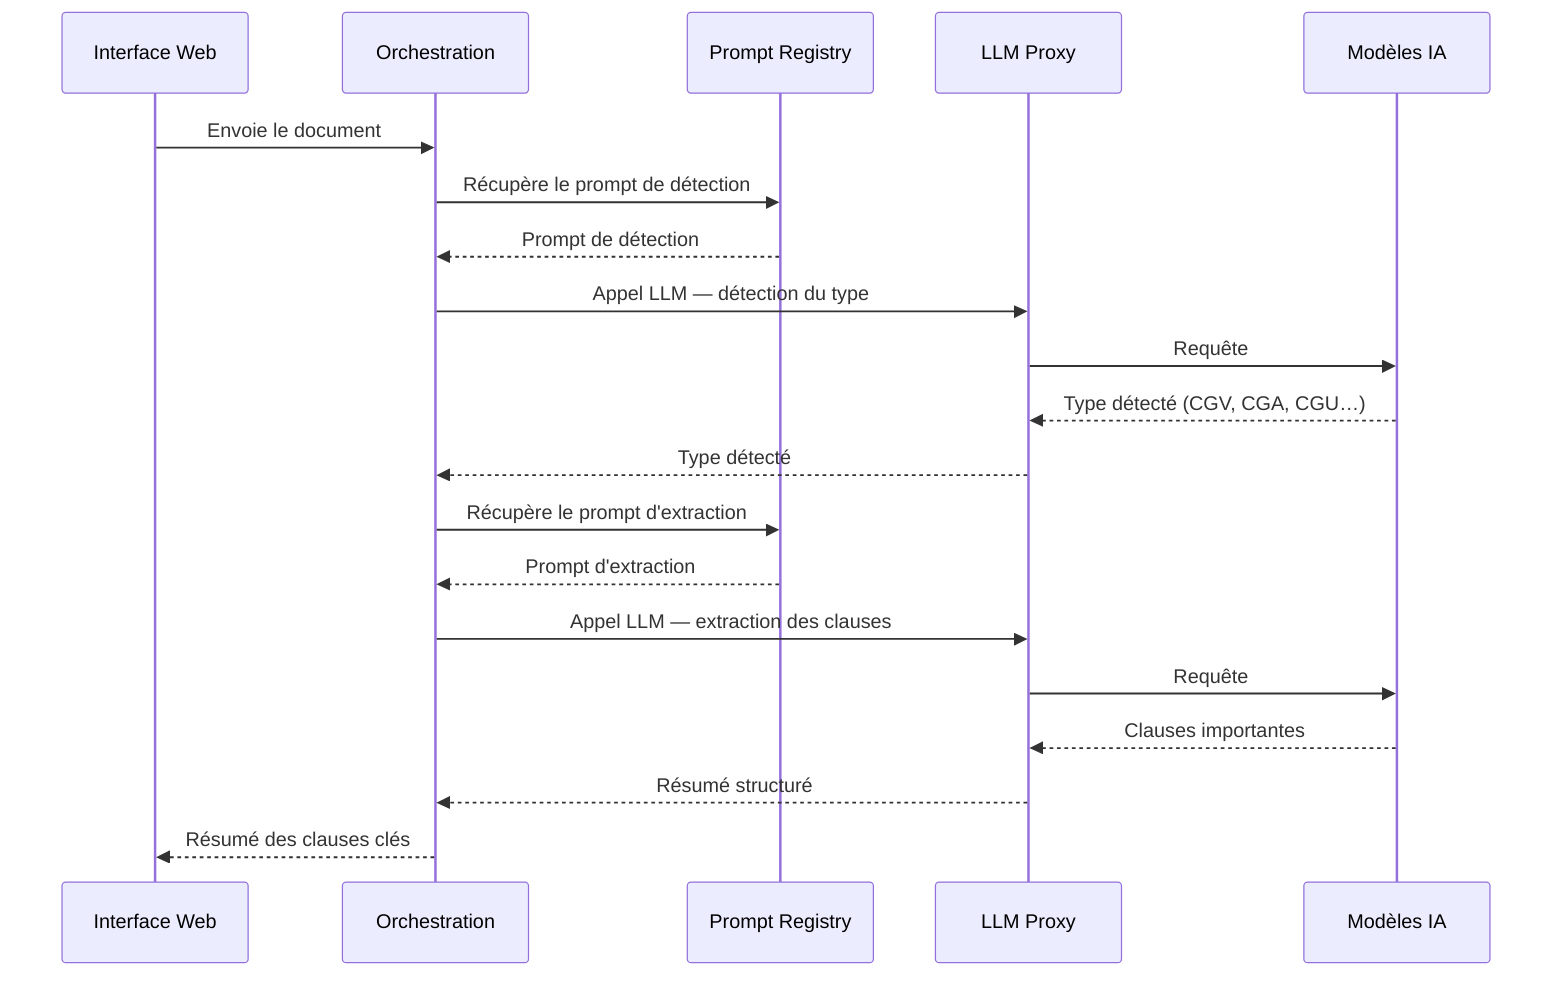
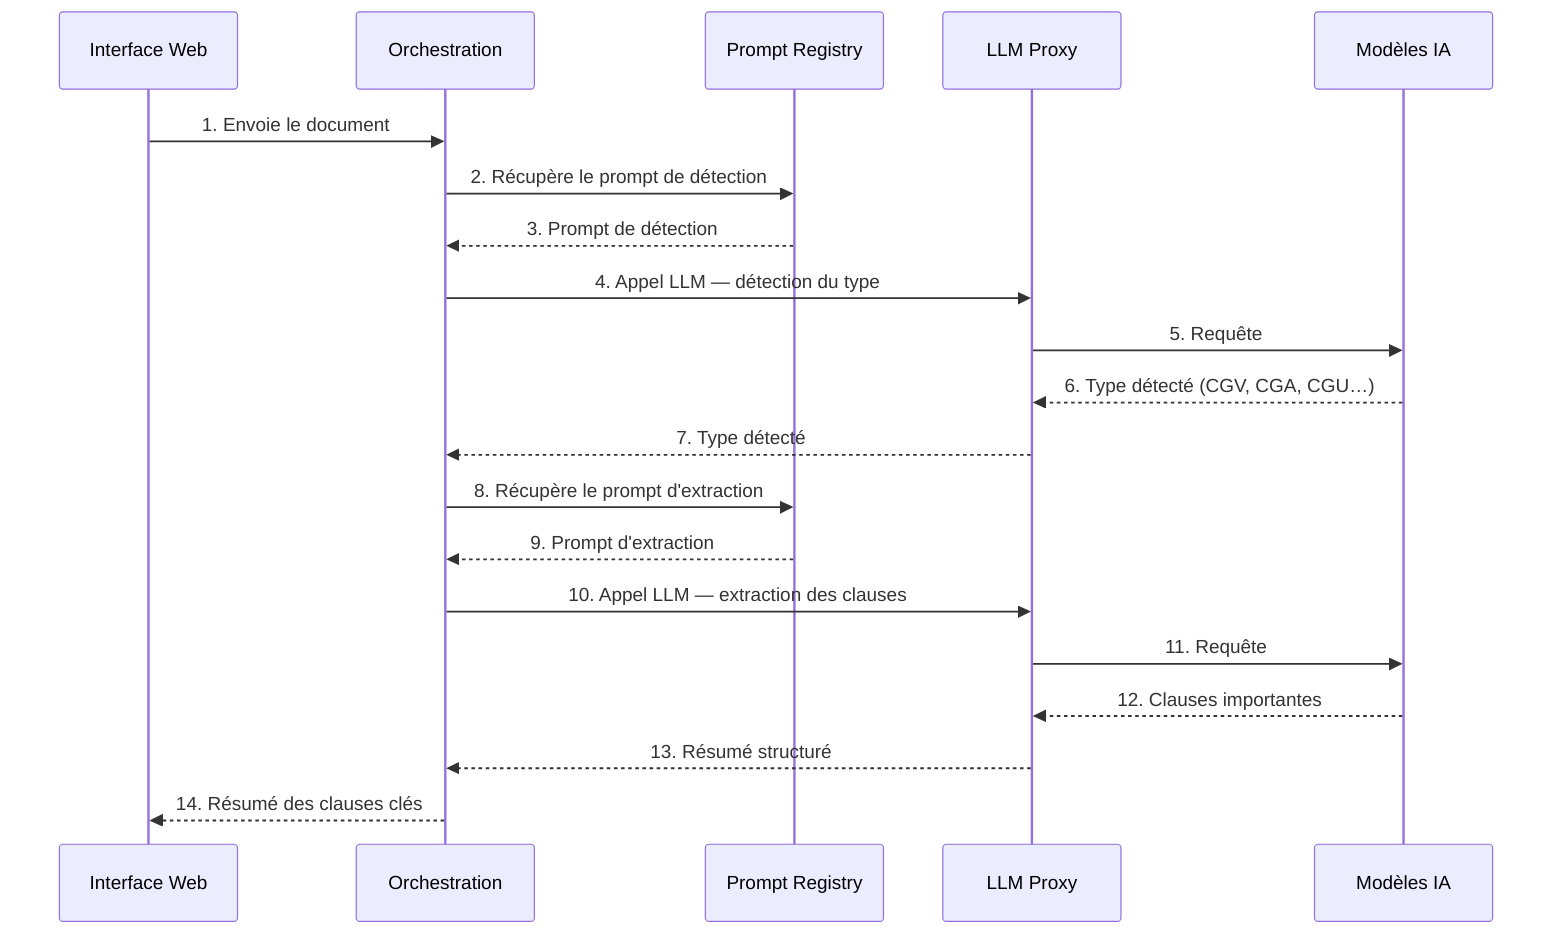
sequenceDiagram
  participant UI as Interface Web
  participant OR as Orchestration
  participant PR as Prompt Registry
  participant LP as LLM Proxy
  participant LLM as Modèles IA

-   UI->>OR: Envoie le document
- 
-   OR->>PR: Récupère le prompt de détection
-   PR-->>OR: Prompt de détection
- 
-   OR->>LP: Appel LLM — détection du type
-   LP->>LLM: Requête
-   LLM-->>LP: Type détecté (CGV, CGA, CGU…)
-   LP-->>OR: Type détecté
- 
-   OR->>PR: Récupère le prompt d'extraction
-   PR-->>OR: Prompt d'extraction
- 
-   OR->>LP: Appel LLM — extraction des clauses
-   LP->>LLM: Requête
-   LLM-->>LP: Clauses importantes
-   LP-->>OR: Résumé structuré
- 
-   OR-->>UI: Résumé des clauses clés
+   UI->>OR: 1. Envoie le document
+   OR->>PR: 2. Récupère le prompt de détection
+   PR-->>OR: 3. Prompt de détection
+   OR->>LP: 4. Appel LLM — détection du type
+   LP->>LLM: 5. Requête
+   LLM-->>LP: 6. Type détecté (CGV, CGA, CGU…)
+   LP-->>OR: 7. Type détecté
+   OR->>PR: 8. Récupère le prompt d'extraction
+   PR-->>OR: 9. Prompt d'extraction
+   OR->>LP: 10. Appel LLM — extraction des clauses
+   LP->>LLM: 11. Requête
+   LLM-->>LP: 12. Clauses importantes
+   LP-->>OR: 13. Résumé structuré
+   OR-->>UI: 14. Résumé des clauses clés
